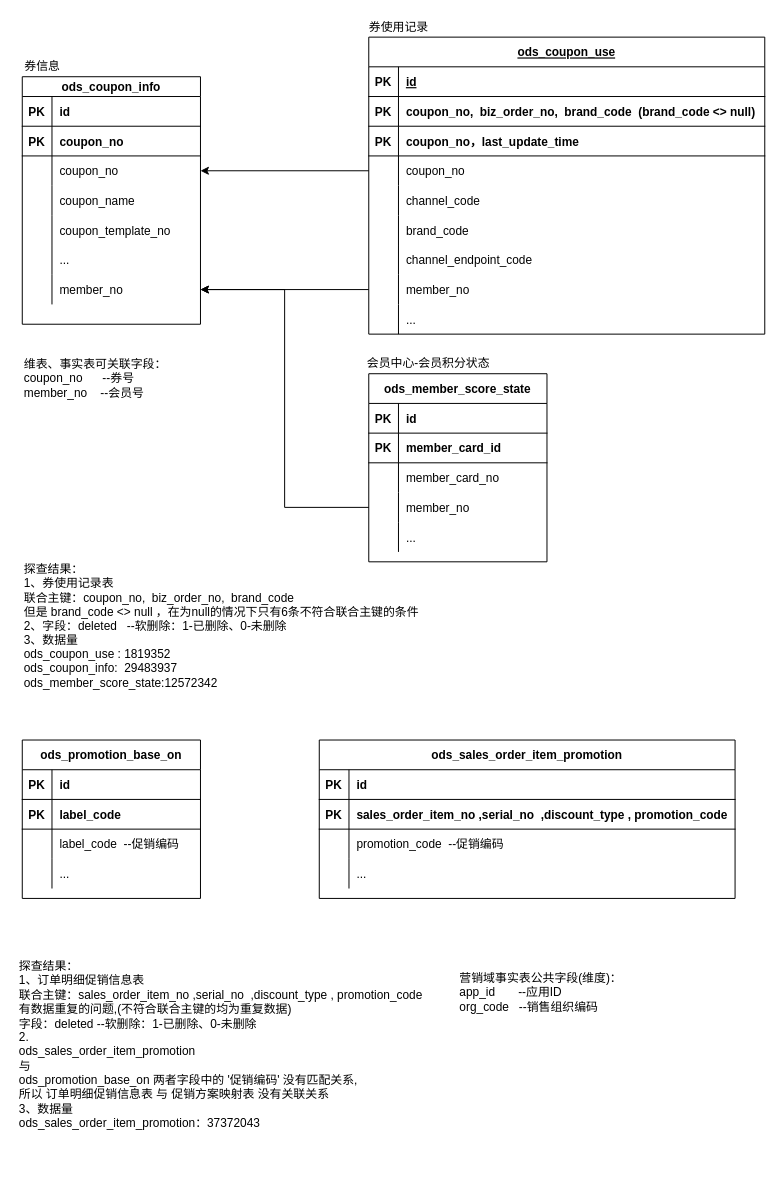
The draw.io diagram 营销域.drawio in lixianzhao99/linuxuan, before the edit. Source tidied: cells renumbered, new cells numbered last; positions are measured from the earlier drawing's top-left corner, leaving out a move shared by most shapes. Both pictures are drawn from the tidied source at 99%, with x=0, y=0 at pixel (17, 17).
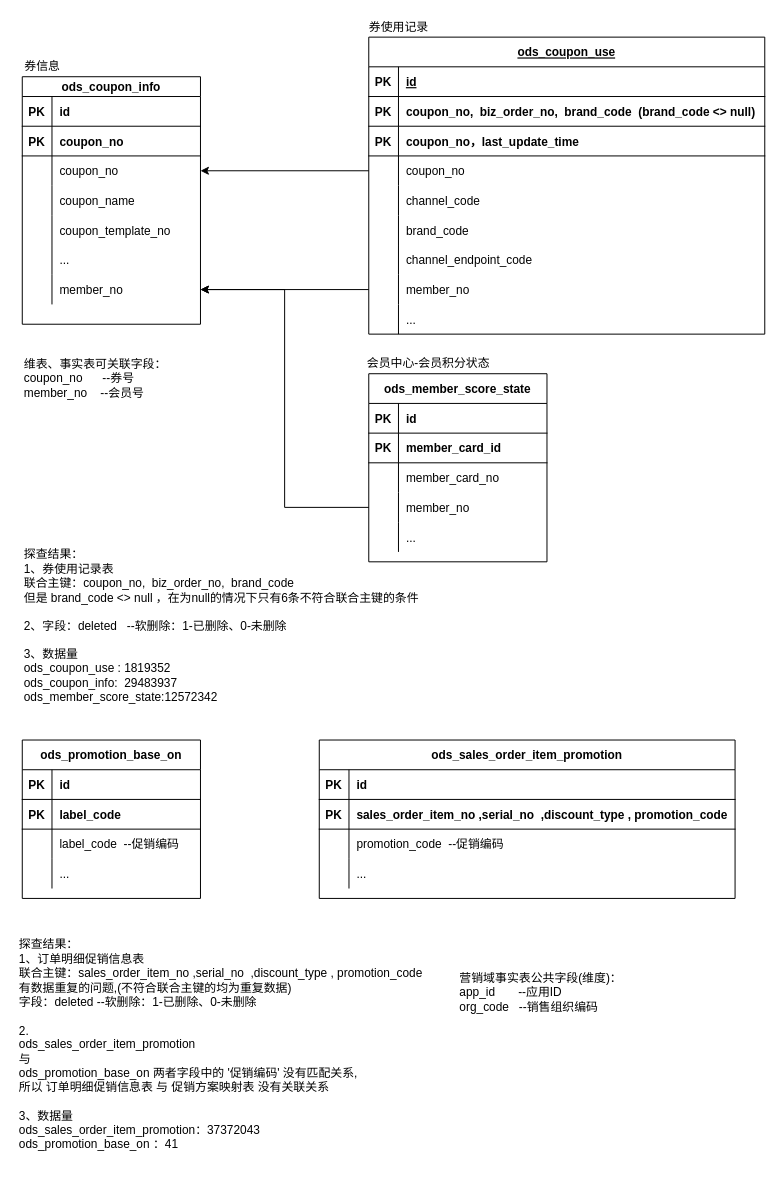
The same diagram, later.

The edit, as a diff of the source:
```diff
@@
-    <mxCell id="54" value="探查结果：&lt;br&gt;1、券使用记录表&lt;br&gt;联合主键：coupon_no,&amp;nbsp;&amp;nbsp;biz_order_no,&amp;nbsp;&amp;nbsp;brand_code&amp;nbsp;&lt;br&gt;但是 brand_code &amp;lt;&amp;gt; null ，在为null的情况下只有6条不符合联合主键的条件&lt;br&gt;2、字段：deleted&amp;nbsp; &amp;nbsp;--软删除：1-已删除、0-未删除&lt;br&gt;3、数据量&lt;br&gt;&lt;span style=&quot;text-align: center&quot;&gt;ods_coupon_use : 1819352&lt;br&gt;&lt;/span&gt;&lt;span style=&quot;text-align: center&quot;&gt;ods_coupon_info:&amp;nbsp;&amp;nbsp;&lt;/span&gt;&lt;span style=&quot;text-align: center&quot;&gt;29483937&lt;br&gt;&lt;/span&gt;&lt;span style=&quot;text-align: center&quot;&gt;ods_member_score_state:12572342&lt;/span&gt;&lt;span style=&quot;text-align: center&quot;&gt;&lt;br&gt;&lt;/span&gt;" style="text;html=1;align=left;verticalAlign=middle;" parent="1" vertex="1">
-      <mxGeometry x="5" y="550" width="410" height="130" as="geometry" />
+    <mxCell id="54" value="探查结果：&lt;br&gt;1、券使用记录表&lt;br&gt;联合主键：coupon_no,&amp;nbsp;&amp;nbsp;biz_order_no,&amp;nbsp;&amp;nbsp;brand_code&amp;nbsp;&lt;br&gt;但是 brand_code &amp;lt;&amp;gt; null ，在为null的情况下只有6条不符合联合主键的条件&lt;br&gt;&lt;br&gt;2、字段：deleted&amp;nbsp; &amp;nbsp;--软删除：1-已删除、0-未删除&lt;br&gt;&lt;br&gt;3、数据量&lt;br&gt;&lt;span style=&quot;text-align: center&quot;&gt;ods_coupon_use : 1819352&lt;br&gt;&lt;/span&gt;&lt;span style=&quot;text-align: center&quot;&gt;ods_coupon_info:&amp;nbsp;&amp;nbsp;&lt;/span&gt;&lt;span style=&quot;text-align: center&quot;&gt;29483937&lt;br&gt;&lt;/span&gt;&lt;span style=&quot;text-align: center&quot;&gt;ods_member_score_state:12572342&lt;/span&gt;&lt;span style=&quot;text-align: center&quot;&gt;&lt;br&gt;&lt;/span&gt;" style="text;html=1;align=left;verticalAlign=middle;" parent="1" vertex="1">
+      <mxGeometry x="5" y="535" width="410" height="160" as="geometry" />
     </mxCell>
@@
-    <mxCell id="101" value="探查结果：&lt;br&gt;1、订单明细促销信息表&amp;nbsp;&lt;br&gt;联合主键：sales_order_item_no ,serial_no&amp;nbsp; ,discount_type ,&amp;nbsp;promotion_code&lt;br&gt;有数据重复的问题,(不符合联合主键的均为重复数据)&lt;br&gt;字段：deleted --软删除：1-已删除、0-未删除&lt;br&gt;2.&lt;br&gt;&lt;div&gt;&lt;span&gt;ods_sales_order_item_promotion&amp;nbsp;&amp;nbsp;&lt;/span&gt;&lt;/div&gt;&lt;div&gt;&lt;span&gt;与&amp;nbsp;&amp;nbsp;&lt;/span&gt;&lt;/div&gt;&lt;span style=&quot;text-align: center&quot;&gt;ods_promotion_base_on 两者字段中的 '促销编码' 没有匹配关系,&lt;br&gt;所以 订单明细促销信息表 与 促销方案映射表 没有关联关系&lt;br&gt;3、数据量&lt;br&gt;&lt;/span&gt;&lt;span style=&quot;text-align: center&quot;&gt;ods_sales_order_item_promotion：37372043&lt;br&gt;&lt;/span&gt;&lt;span style=&quot;text-align: center&quot;&gt;&lt;br&gt;&lt;/span&gt;" style="text;html=1;align=left;verticalAlign=middle;" parent="1" vertex="1">
-      <mxGeometry y="950" width="420" height="190" as="geometry" />
+    <mxCell id="101" value="探查结果：&lt;br&gt;1、订单明细促销信息表&amp;nbsp;&lt;br&gt;联合主键：sales_order_item_no ,serial_no&amp;nbsp; ,discount_type ,&amp;nbsp;promotion_code&lt;br&gt;有数据重复的问题,(不符合联合主键的均为重复数据)&lt;br&gt;字段：deleted --软删除：1-已删除、0-未删除&lt;br&gt;&lt;br&gt;2.&lt;br&gt;&lt;div&gt;&lt;span&gt;ods_sales_order_item_promotion&amp;nbsp;&amp;nbsp;&lt;/span&gt;&lt;/div&gt;&lt;div&gt;&lt;span&gt;与&amp;nbsp;&amp;nbsp;&lt;/span&gt;&lt;/div&gt;&lt;span style=&quot;text-align: center&quot;&gt;ods_promotion_base_on 两者字段中的 '促销编码' 没有匹配关系,&lt;br&gt;所以 订单明细促销信息表 与 促销方案映射表 没有关联关系&lt;br&gt;&lt;br&gt;3、数据量&lt;br&gt;&lt;/span&gt;&lt;span style=&quot;text-align: center&quot;&gt;ods_sales_order_item_promotion：37372043&lt;br&gt;&lt;/span&gt;&lt;span style=&quot;text-align: center&quot;&gt;ods_promotion_base_on ：41&lt;/span&gt;&lt;span style=&quot;text-align: center&quot;&gt;&lt;br&gt;&lt;/span&gt;&lt;span style=&quot;text-align: center&quot;&gt;&lt;br&gt;&lt;/span&gt;" style="text;html=1;align=left;verticalAlign=middle;" parent="1" vertex="1">
+      <mxGeometry y="930" width="420" height="230" as="geometry" />
     </mxCell>
```
